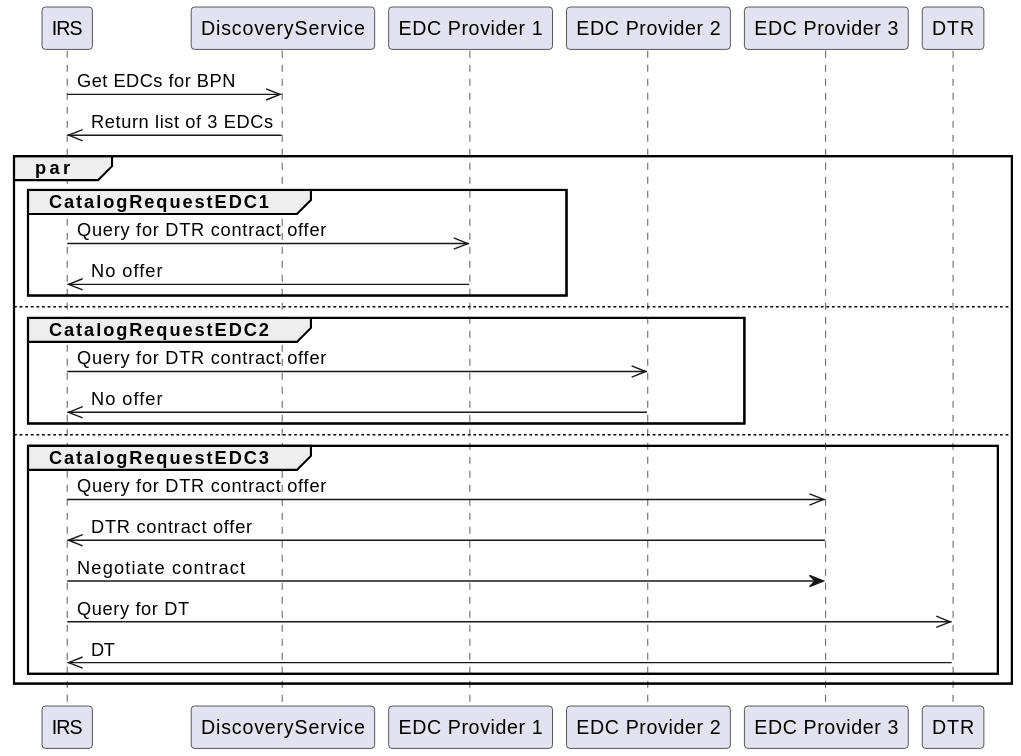
Above: docs/arc42/cross-cutting/discovery-DTR--multiple-EDCs-with-one-DTR.svg in catenax-ng/tx-item-relationship-service (PlantUML), before the change. Its source is kept beside it as docs/arc42/cross-cutting/discovery-DTR--multiple-EDCs-with-one-DTR.puml.
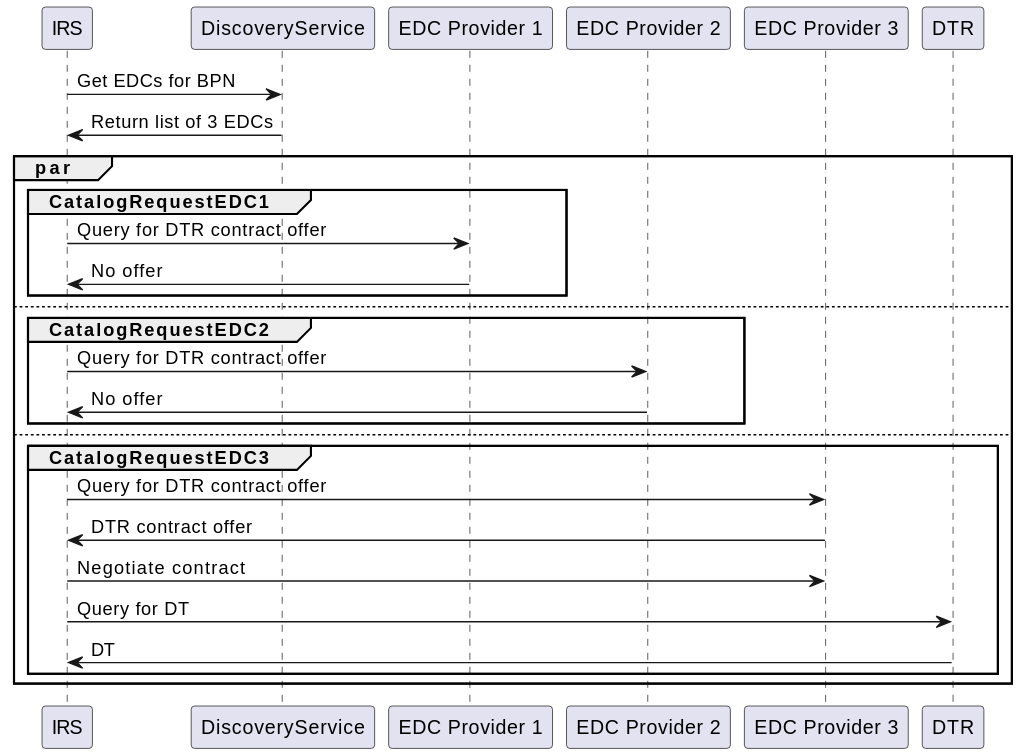
Above is the later version.

Change to the diagram source:
```diff
@@ -6,30 +6,31 @@
 participant "EDC Provider 3" as EDCProvider3
 participant DTR
 
-IRS ->> DiscoveryService: Get EDCs for BPN
-DiscoveryService ->> IRS: Return list of 3 EDCs
+IRS -> DiscoveryService: Get EDCs for BPN
+DiscoveryService -> IRS: Return list of 3 EDCs
 
 par
     group CatalogRequestEDC1
-        IRS ->> EDCProvider1: Query for DTR contract offer
-        EDCProvider1 ->> IRS: No offer
+        IRS -> EDCProvider1: Query for DTR contract offer
+        EDCProvider1 -> IRS: No offer
     end
 
     else
 
     group CatalogRequestEDC2
-        IRS ->> EDCProvider2: Query for DTR contract offer
-        EDCProvider2 ->> IRS: No offer
+        IRS -> EDCProvider2: Query for DTR contract offer
+        EDCProvider2 -> IRS: No offer
     end
 
     else
 
     group CatalogRequestEDC3
-        IRS ->> EDCProvider3: Query for DTR contract offer
-        EDCProvider3 ->> IRS: DTR contract offer
+        IRS -> EDCProvider3: Query for DTR contract offer
+        EDCProvider3 -> IRS: DTR contract offer
         IRS -> EDCProvider3: Negotiate contract
-        IRS ->> DTR: Query for DT
-        DTR ->> IRS: DT
+
+        IRS -> DTR: Query for DT
+        DTR -> IRS: DT
     end
 end
 @enduml
```
